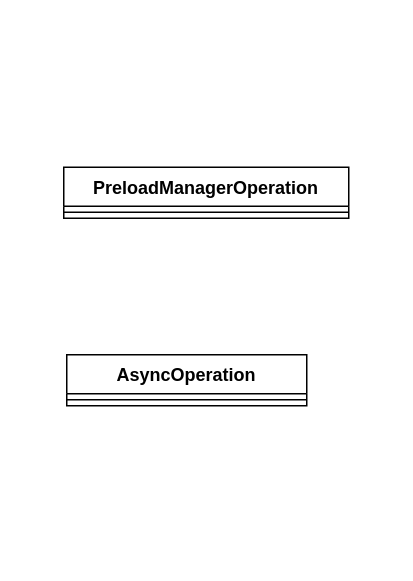
Earlier version of the draw.io diagram preloadmanager.drawio (houxuanfelix/MySelfCode). Source tidied: cells renumbered, new cells numbered last; positions are measured from the earlier drawing's top-left corner, leaving out a move shared by most shapes. Both pictures are drawn from the tidied source at 150%, with x=0, y=0 at pixel (63, 166).
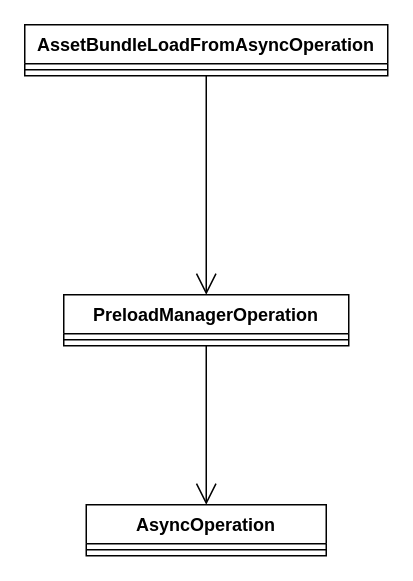
The same page after the edit.

What changed in the source:
```diff
@@
 <mxGraphModel>
   <root>
     <mxCell id="0" />
     <mxCell id="1" parent="0" />
     <mxCell id="2" value="PreloadManagerOperation" style="swimlane;fontStyle=1;align=center;verticalAlign=top;horizontal=1;startSize=26;" parent="1" vertex="1">
-      <mxGeometry width="190" height="34" as="geometry" />
+      <mxGeometry y="85" width="190" height="34" as="geometry" />
     </mxCell>
     <mxCell id="3" style="line;strokeWidth=1;fillColor=none;align=left;verticalAlign=middle;spacingTop=-1;spacingLeft=3;spacingRight=3;labelPosition=right;" parent="2" vertex="1">
       <mxGeometry y="26" width="190" height="8" as="geometry" />
     </mxCell>
     <mxCell id="4" value="AsyncOperation" style="swimlane;fontStyle=1;align=center;verticalAlign=top;horizontal=1;startSize=26;" parent="1" vertex="1">
-      <mxGeometry x="2" y="125" width="160" height="34" as="geometry" />
+      <mxGeometry x="15" y="225" width="160" height="34" as="geometry" />
     </mxCell>
     <mxCell id="5" style="line;strokeWidth=1;fillColor=none;align=left;verticalAlign=middle;spacingTop=-1;spacingLeft=3;spacingRight=3;labelPosition=right;" parent="4" vertex="1">
       <mxGeometry y="26" width="160" height="8" as="geometry" />
     </mxCell>
+    <mxCell id="6" value="AssetBundleLoadFromAsyncOperation" style="swimlane;fontStyle=1;align=center;verticalAlign=top;horizontal=1;startSize=26;" parent="1" vertex="1">
+      <mxGeometry x="-26" y="-95" width="242" height="34" as="geometry" />
+    </mxCell>
+    <mxCell id="7" style="line;strokeWidth=1;fillColor=none;align=left;verticalAlign=middle;spacingTop=-1;spacingLeft=3;spacingRight=3;labelPosition=right;" parent="6" vertex="1">
+      <mxGeometry y="26" width="242" height="8" as="geometry" />
+    </mxCell>
+    <mxCell id="8" style="endArrow=open;endFill=1;endSize=12;html=1;entryX=0.5;entryY=0;entryDx=0;entryDy=0;exitX=0.5;exitY=1;exitDx=0;exitDy=0;" parent="1" edge="1" source="2" target="4">
+      <mxGeometry relative="1" as="geometry" />
+    </mxCell>
+    <mxCell id="9" style="endArrow=open;endFill=1;endSize=12;html=1;entryX=0.5;entryY=0;entryDx=0;entryDy=0;exitX=0.5;exitY=1;exitDx=0;exitDy=0;" parent="1" edge="1" source="6" target="2">
+      <mxGeometry relative="1" as="geometry" />
+    </mxCell>
   </root>
 </mxGraphModel>
```
